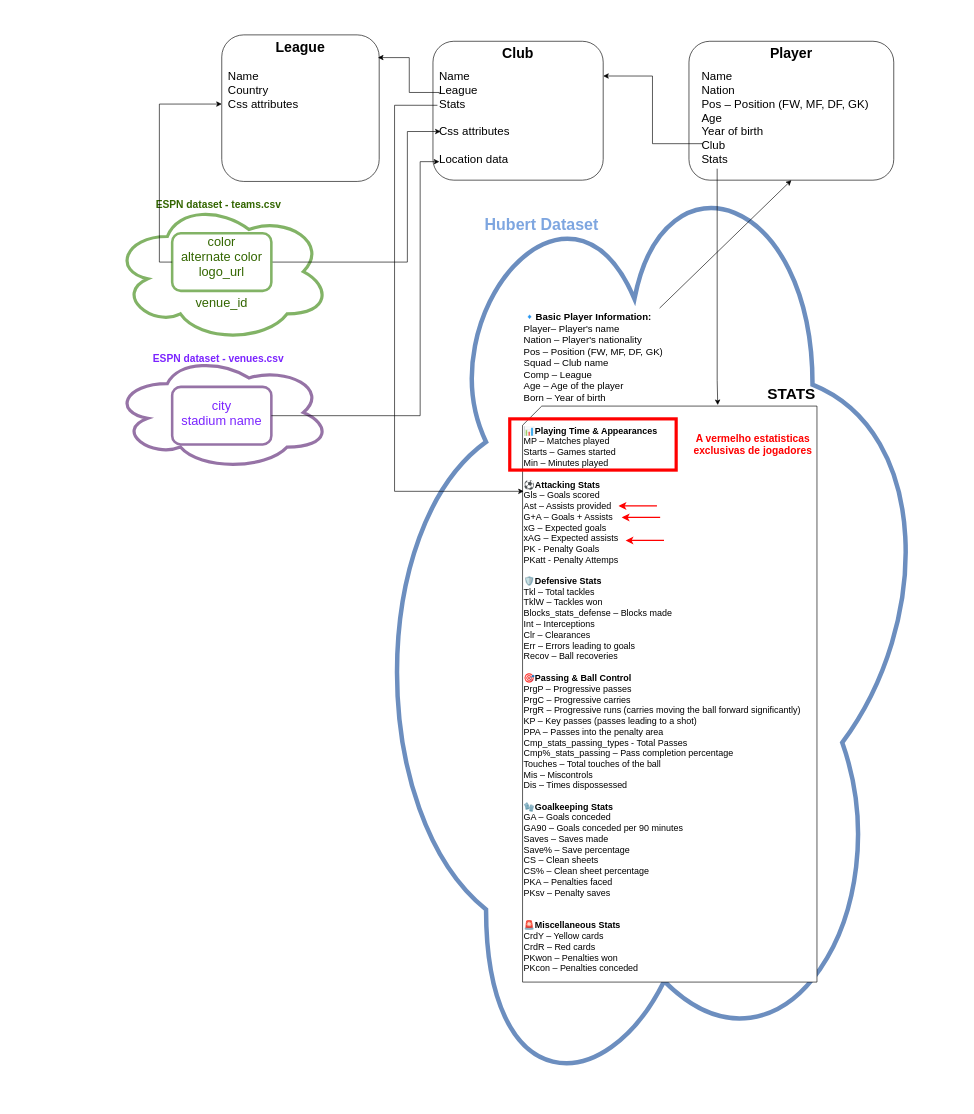
Above: docs/ws_model_schema.drawio in GuiAmorim03/WS-Project-2 (draw.io), before the change. Source tidied: cells renumbered, new cells numbered last; positions are measured from the earlier drawing's top-left corner, leaving out a move shared by most shapes. Both pictures are drawn from the tidied source at 64%, with x=0, y=0 at pixel (113, 35).
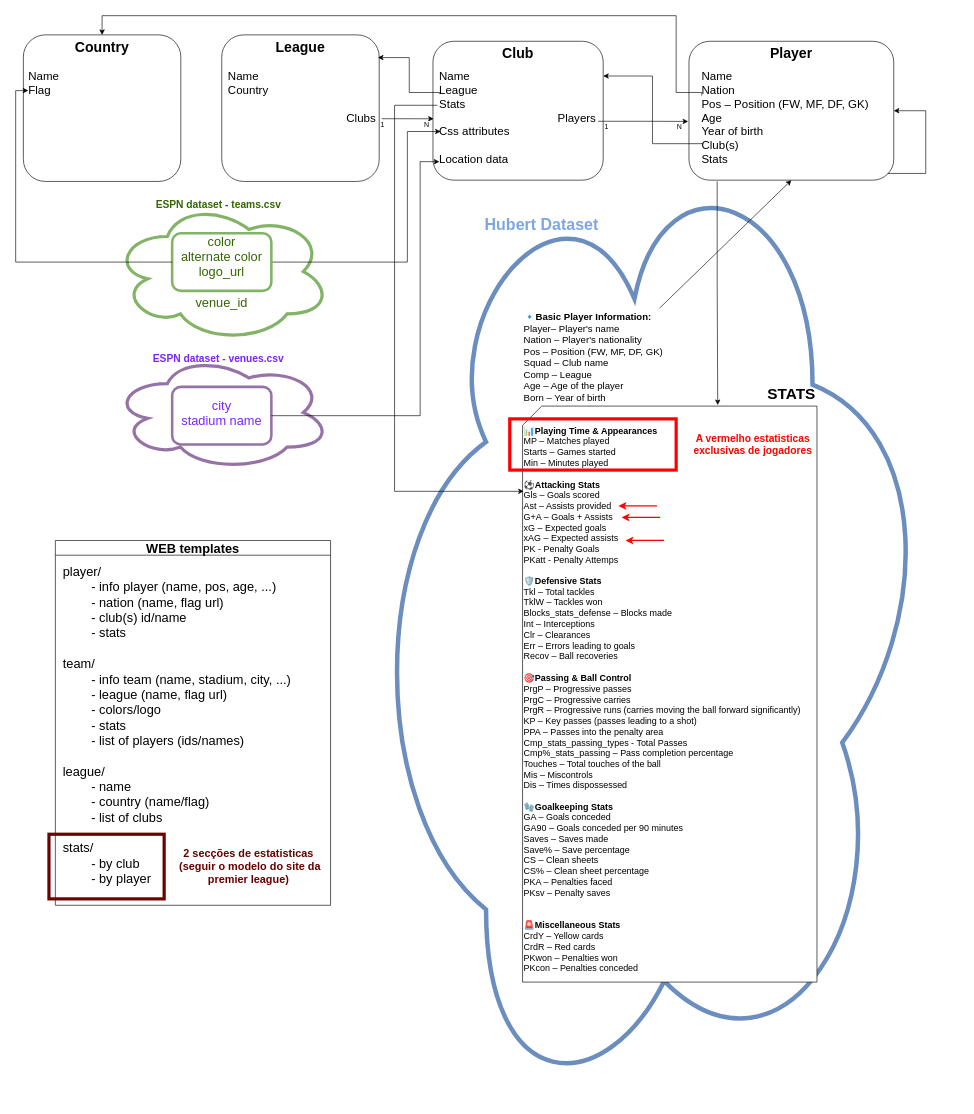
After the change.

Commit message (it also covers changes not shown here):
model schema update

Unchanged cells that the change refers to:
```xml
<mxCell id="3" value="Club" style="rounded=1;whiteSpace=wrap;html=1;fontSize=22;verticalAlign=top;fontStyle=1;" parent="1" vertex="1">
  <mxGeometry x="500" y="10" width="266" height="217" as="geometry" />
</mxCell>
<mxCell id="4" value="Player" style="rounded=1;whiteSpace=wrap;html=1;fontSize=22;verticalAlign=top;fontStyle=1;" parent="1" vertex="1">
  <mxGeometry x="900" y="10" width="320" height="217" as="geometry" />
</mxCell>
<mxCell id="7" value="&lt;h1 style=&quot;margin-top: 0px;&quot;&gt;&lt;span style=&quot;background-color: transparent; color: light-dark(rgb(0, 0, 0), rgb(255, 255, 255));&quot;&gt;STATS&lt;/span&gt;&lt;/h1&gt;" style="text;html=1;whiteSpace=wrap;overflow=hidden;rounded=0;align=right;" parent="1" vertex="1">
  <mxGeometry x="815" y="540" width="285" height="40" as="geometry" />
</mxCell>
<mxCell id="17" value="League" style="rounded=1;whiteSpace=wrap;html=1;fontSize=22;verticalAlign=top;fontStyle=1;" parent="1" vertex="1">
  <mxGeometry x="170" width="246" height="229" as="geometry" />
</mxCell>
<mxCell id="26" style="rounded=1;whiteSpace=wrap;html=1;fillColor=none;strokeColor=#82b366;strokeWidth=4;" parent="1" vertex="1">
  <mxGeometry x="92.5" y="310" width="155" height="90" as="geometry" />
</mxCell>
```

Diff of the diagram source:
```diff
@@
+    <mxCell id="32" value="Country" style="rounded=1;whiteSpace=wrap;html=1;fontSize=22;verticalAlign=top;fontStyle=1;" parent="1" vertex="1">
+      <mxGeometry x="-140" width="246" height="229" as="geometry" />
+    </mxCell>
@@
+    <mxCell id="33" style="edgeStyle=orthogonalEdgeStyle;rounded=0;jettySize=auto;html=1;exitX=0;exitY=0.25;exitDx=0;exitDy=0;entryX=0.5;entryY=0;entryDx=0;entryDy=0;" parent="1" edge="1" source="14" target="32">
+      <mxGeometry relative="1" as="geometry">
+        <Array as="points">
+          <mxPoint x="880" y="90" />
+          <mxPoint x="880" y="-30" />
+          <mxPoint x="-17" y="-30" />
+        </Array>
+      </mxGeometry>
+    </mxCell>
+    <mxCell id="34" style="edgeStyle=orthogonalEdgeStyle;rounded=0;jettySize=auto;html=1;exitX=1.002;exitY=0.925;exitDx=0;exitDy=0;entryX=1;entryY=0.5;entryDx=0;entryDy=0;exitPerimeter=0;" parent="1" edge="1" source="14" target="4">
+      <mxGeometry relative="1" as="geometry">
+        <Array as="points">
+          <mxPoint x="1270" y="216" />
+          <mxPoint x="1270" y="119" />
+        </Array>
+      </mxGeometry>
+    </mxCell>
-    <mxCell id="14" value="&lt;div style=&quot;forced-color-adjust: none;&quot;&gt;&lt;span style=&quot;background-color: transparent; color: light-dark(rgb(0, 0, 0), rgb(255, 255, 255));&quot;&gt;Name&lt;/span&gt;&lt;/div&gt;&lt;div style=&quot;forced-color-adjust: none;&quot;&gt;Nation&lt;/div&gt;&lt;div style=&quot;forced-color-adjust: none;&quot;&gt;Pos – Position (FW, MF, DF, GK)&lt;/div&gt;&lt;div style=&quot;forced-color-adjust: none;&quot;&gt;&lt;span style=&quot;background-color: transparent; color: light-dark(rgb(0, 0, 0), rgb(255, 255, 255));&quot;&gt;Age&lt;/span&gt;&lt;/div&gt;&lt;div style=&quot;forced-color-adjust: none;&quot;&gt;Year of birth&lt;/div&gt;&lt;div style=&quot;forced-color-adjust: none;&quot;&gt;&lt;div&gt;Club&lt;/div&gt;&lt;div&gt;Stats&lt;/div&gt;&lt;/div&gt;" style="text;whiteSpace=wrap;html=1;fontSize=18;spacing=0;spacingBottom=4;" parent="1" vertex="1">
-      <mxGeometry x="920" y="50" width="290" height="160" as="geometry" />
+    <mxCell id="14" value="&lt;div style=&quot;forced-color-adjust: none;&quot;&gt;&lt;span style=&quot;background-color: transparent; color: light-dark(rgb(0, 0, 0), rgb(255, 255, 255));&quot;&gt;Name&lt;/span&gt;&lt;/div&gt;&lt;div style=&quot;forced-color-adjust: none;&quot;&gt;Nation&lt;/div&gt;&lt;div style=&quot;forced-color-adjust: none;&quot;&gt;Pos – Position (FW, MF, DF, GK)&lt;/div&gt;&lt;div style=&quot;forced-color-adjust: none;&quot;&gt;&lt;span style=&quot;background-color: transparent; color: light-dark(rgb(0, 0, 0), rgb(255, 255, 255));&quot;&gt;Age&lt;/span&gt;&lt;/div&gt;&lt;div style=&quot;forced-color-adjust: none;&quot;&gt;Year of birth&lt;/div&gt;&lt;div style=&quot;forced-color-adjust: none;&quot;&gt;&lt;div&gt;Club(s)&lt;/div&gt;&lt;div&gt;Stats&lt;/div&gt;&lt;div style=&quot;text-align: right;&quot;&gt;&lt;br&gt;&lt;/div&gt;&lt;/div&gt;" style="text;whiteSpace=wrap;html=1;fontSize=18;spacing=0;spacingBottom=4;" parent="1" vertex="1">
+      <mxGeometry x="920" y="50" width="290" height="180" as="geometry" />
     </mxCell>
@@
-    <mxCell id="16" value="&lt;div style=&quot;forced-color-adjust: none;&quot;&gt;&lt;span style=&quot;background-color: transparent; color: light-dark(rgb(0, 0, 0), rgb(255, 255, 255));&quot;&gt;Name&lt;/span&gt;&lt;/div&gt;&lt;div style=&quot;forced-color-adjust: none;&quot;&gt;League&lt;/div&gt;&lt;div style=&quot;forced-color-adjust: none;&quot;&gt;Stats&lt;/div&gt;&lt;div style=&quot;forced-color-adjust: none;&quot;&gt;&lt;br&gt;Css attributes&lt;/div&gt;&lt;div style=&quot;forced-color-adjust: none;&quot;&gt;&lt;br&gt;&lt;/div&gt;&lt;div style=&quot;forced-color-adjust: none;&quot;&gt;Location data&lt;/div&gt;" style="text;whiteSpace=wrap;html=1;fontSize=18;spacing=0;spacingBottom=4;" parent="1" vertex="1">
+    <mxCell id="16" value="&lt;div style=&quot;forced-color-adjust: none;&quot;&gt;&lt;span style=&quot;background-color: transparent; color: light-dark(rgb(0, 0, 0), rgb(255, 255, 255));&quot;&gt;Name&lt;/span&gt;&lt;/div&gt;&lt;div style=&quot;forced-color-adjust: none;&quot;&gt;League&lt;/div&gt;&lt;div style=&quot;forced-color-adjust: none;&quot;&gt;Stats&lt;/div&gt;&lt;div style=&quot;forced-color-adjust: none;&quot;&gt;&lt;div style=&quot;text-align: right;&quot;&gt;&lt;span style=&quot;background-color: transparent; color: light-dark(rgb(0, 0, 0), rgb(255, 255, 255));&quot;&gt;&amp;nbsp; &amp;nbsp;&lt;span style=&quot;white-space: pre;&quot;&gt;&#9;&lt;/span&gt;&amp;nbsp; &amp;nbsp; &amp;nbsp; &amp;nbsp; &amp;nbsp; &amp;nbsp; &amp;nbsp; &amp;nbsp; &amp;nbsp; &amp;nbsp; &amp;nbsp; &amp;nbsp; &amp;nbsp; &amp;nbsp; &amp;nbsp;Players&lt;/span&gt;&lt;/div&gt;Css attributes&lt;/div&gt;&lt;div style=&quot;forced-color-adjust: none;&quot;&gt;&lt;br&gt;&lt;/div&gt;&lt;div style=&quot;forced-color-adjust: none;&quot;&gt;Location data&lt;/div&gt;" style="text;whiteSpace=wrap;html=1;fontSize=18;spacing=0;spacingBottom=4;" parent="1" vertex="1">
       <mxGeometry x="510" y="50" width="248" height="170" as="geometry" />
     </mxCell>
@@
-    <mxCell id="18" value="&lt;div style=&quot;forced-color-adjust: none;&quot;&gt;&lt;span style=&quot;background-color: transparent; color: light-dark(rgb(0, 0, 0), rgb(255, 255, 255));&quot;&gt;Name&lt;/span&gt;&lt;/div&gt;&lt;div style=&quot;forced-color-adjust: none;&quot;&gt;Country&lt;/div&gt;&lt;div style=&quot;forced-color-adjust: none;&quot;&gt;Css attributes&lt;/div&gt;" style="text;whiteSpace=wrap;html=1;fontSize=18;spacing=0;spacingBottom=4;" parent="1" vertex="1">
-      <mxGeometry x="180" y="50" width="248" height="179" as="geometry" />
+    <mxCell id="18" value="&lt;div style=&quot;forced-color-adjust: none;&quot;&gt;&lt;span style=&quot;background-color: transparent; color: light-dark(rgb(0, 0, 0), rgb(255, 255, 255));&quot;&gt;Name&lt;/span&gt;&lt;/div&gt;&lt;div style=&quot;forced-color-adjust: none;&quot;&gt;Country&lt;/div&gt;&lt;div style=&quot;forced-color-adjust: none;&quot;&gt;&lt;br&gt;&lt;/div&gt;&lt;div style=&quot;forced-color-adjust: none;&quot;&gt;&amp;nbsp; &amp;nbsp; &amp;nbsp; &amp;nbsp; &amp;nbsp; &amp;nbsp; &amp;nbsp; &amp;nbsp; &amp;nbsp; &amp;nbsp; &amp;nbsp; &amp;nbsp; &amp;nbsp; &amp;nbsp; &amp;nbsp; &amp;nbsp; &amp;nbsp; &amp;nbsp; &amp;nbsp;Clubs&lt;/div&gt;" style="text;whiteSpace=wrap;html=1;fontSize=18;spacing=0;spacingBottom=4;" parent="1" vertex="1">
+      <mxGeometry x="180" y="50" width="240" height="179" as="geometry" />
     </mxCell>
@@
     <mxCell id="21" style="edgeStyle=orthogonalEdgeStyle;rounded=0;jettySize=auto;html=1;entryX=0.456;entryY=0.96;entryDx=0;entryDy=0;exitX=0.083;exitY=0.994;exitDx=0;exitDy=0;exitPerimeter=0;entryPerimeter=0;" parent="1" edge="1" source="14" target="7">
       <mxGeometry relative="1" as="geometry">
         <Array as="points">
-          <mxPoint x="944" y="540" />
+          <mxPoint x="944" y="390" />
+          <mxPoint x="945" y="390" />
         </Array>
       </mxGeometry>
     </mxCell>
@@
-    <mxCell id="27" style="edgeStyle=orthogonalEdgeStyle;rounded=0;jettySize=auto;html=1;exitX=0;exitY=0.5;exitDx=0;exitDy=0;entryX=0;entryY=0.472;entryDx=0;entryDy=0;entryPerimeter=0;" parent="1" edge="1" source="26" target="17">
-      <mxGeometry relative="1" as="geometry" />
-    </mxCell>
@@
+    <mxCell id="35" value="&lt;div style=&quot;forced-color-adjust: none;&quot;&gt;&lt;span style=&quot;background-color: transparent; color: light-dark(rgb(0, 0, 0), rgb(255, 255, 255));&quot;&gt;Name&lt;/span&gt;&lt;/div&gt;&lt;div style=&quot;forced-color-adjust: none;&quot;&gt;Flag&lt;/div&gt;" style="text;whiteSpace=wrap;html=1;fontSize=18;spacing=0;spacingBottom=4;" parent="1" vertex="1">
+      <mxGeometry x="-132.4" y="50" width="248" height="179" as="geometry" />
+    </mxCell>
+    <mxCell id="36" style="edgeStyle=orthogonalEdgeStyle;rounded=0;jettySize=auto;html=1;entryX=0.001;entryY=0.207;entryDx=0;entryDy=0;entryPerimeter=0;" parent="1" edge="1" source="26" target="35">
+      <mxGeometry relative="1" as="geometry">
+        <Array as="points">
+          <mxPoint x="-152" y="355" />
+          <mxPoint x="-152" y="87" />
+        </Array>
+      </mxGeometry>
+    </mxCell>
+    <mxCell id="37" style="edgeStyle=orthogonalEdgeStyle;rounded=0;jettySize=auto;html=1;entryX=0.004;entryY=0.558;entryDx=0;entryDy=0;entryPerimeter=0;" parent="1" edge="1" source="18" target="3">
+      <mxGeometry relative="1" as="geometry">
+        <Array as="points">
+          <mxPoint x="440" y="131" />
+          <mxPoint x="440" y="131" />
+        </Array>
+      </mxGeometry>
+    </mxCell>
+    <mxCell id="38" value="1" style="edgeLabel;html=1;align=center;verticalAlign=middle;" parent="37" vertex="1">
+      <mxGeometry x="-0.73" y="-4" relative="1" as="geometry">
+        <mxPoint x="-11" y="5" as="offset" />
+      </mxGeometry>
+    </mxCell>
+    <mxCell id="39" value="N" style="edgeLabel;html=1;align=center;verticalAlign=middle;" parent="37" vertex="1">
+      <mxGeometry x="0.53" y="-2" relative="1" as="geometry">
+        <mxPoint x="8" y="7" as="offset" />
+      </mxGeometry>
+    </mxCell>
+    <mxCell id="40" style="edgeStyle=orthogonalEdgeStyle;rounded=0;jettySize=auto;html=1;entryX=-0.004;entryY=0.577;entryDx=0;entryDy=0;entryPerimeter=0;" parent="1" edge="1" source="16" target="4">
+      <mxGeometry relative="1" as="geometry" />
+    </mxCell>
+    <mxCell id="41" value="1" style="edgeLabel;html=1;align=center;verticalAlign=middle;" parent="40" vertex="1">
+      <mxGeometry x="-0.83" y="1" relative="1" as="geometry">
+        <mxPoint y="9" as="offset" />
+      </mxGeometry>
+    </mxCell>
+    <mxCell id="42" value="N" style="edgeLabel;html=1;align=center;verticalAlign=middle;" parent="40" vertex="1">
+      <mxGeometry x="0.81" relative="1" as="geometry">
+        <mxPoint x="-1" y="7" as="offset" />
+      </mxGeometry>
+    </mxCell>
+    <mxCell id="43" value="WEB templates" style="swimlane;whiteSpace=wrap;html=1;fontSize=20;fontStyle=1;" parent="1" vertex="1">
+      <mxGeometry x="-90" y="790" width="430" height="570" as="geometry" />
+    </mxCell>
+    <mxCell id="44" value="&lt;div&gt;player/&lt;div&gt;&lt;span style=&quot;white-space: pre;&quot;&gt;&#9;&lt;/span&gt;- info player (name, pos, age, ...)&lt;br&gt;&lt;/div&gt;&lt;div&gt;&lt;span style=&quot;white-space: pre;&quot;&gt;&#9;&lt;/span&gt;- nation (name, flag url)&lt;/div&gt;&lt;div&gt;&lt;span style=&quot;white-space: pre;&quot;&gt;&#9;&lt;/span&gt;- club(s) id/name&lt;/div&gt;&lt;div&gt;&lt;span style=&quot;white-space: pre;&quot;&gt;&#9;&lt;/span&gt;- stats&amp;nbsp;&lt;br&gt;&lt;br&gt;&lt;/div&gt;&lt;/div&gt;&lt;div&gt;&lt;div&gt;team/&lt;div&gt;&lt;span style=&quot;white-space: pre;&quot;&gt;&#9;&lt;/span&gt;- info team (name, stadium, city, ...)&lt;br&gt;&lt;/div&gt;&lt;div&gt;&lt;span style=&quot;white-space: pre;&quot;&gt;&#9;&lt;/span&gt;- league (name, flag url)&lt;/div&gt;&lt;div&gt;&lt;span style=&quot;white-space: pre;&quot;&gt;&#9;&lt;/span&gt;- colors/logo&lt;/div&gt;&lt;div&gt;&lt;span style=&quot;white-space: pre;&quot;&gt;&#9;&lt;/span&gt;- stats&amp;nbsp;&lt;/div&gt;&lt;/div&gt;&lt;div&gt;&lt;span style=&quot;white-space: pre;&quot;&gt;&#9;&lt;/span&gt;- list of players (ids/names)&lt;/div&gt;&lt;div&gt;&lt;br&gt;&lt;/div&gt;&lt;/div&gt;&lt;div&gt;&lt;div&gt;league/&lt;div&gt;&lt;span style=&quot;white-space: pre;&quot;&gt;&#9;&lt;/span&gt;- name&lt;br&gt;&lt;/div&gt;&lt;div&gt;&lt;span style=&quot;white-space: pre;&quot;&gt;&#9;&lt;/span&gt;- country (name/flag)&lt;/div&gt;&lt;div&gt;&lt;span style=&quot;white-space: pre;&quot;&gt;&#9;&lt;/span&gt;- list of clubs&lt;/div&gt;&lt;/div&gt;&lt;div&gt;&lt;br&gt;&lt;/div&gt;&lt;/div&gt;&lt;div&gt;stats/&lt;/div&gt;&lt;div&gt;&lt;span style=&quot;white-space: pre;&quot;&gt;&#9;&lt;/span&gt;- by club&lt;br&gt;&lt;/div&gt;&lt;div&gt;&lt;span style=&quot;white-space: pre;&quot;&gt;&#9;&lt;/span&gt;- by player&lt;br&gt;&lt;/div&gt;" style="text;html=1;align=left;verticalAlign=top;whiteSpace=wrap;rounded=0;fontSize=20;" parent="1" vertex="1">
+      <mxGeometry x="-80" y="820" width="410" height="540" as="geometry" />
+    </mxCell>
+    <mxCell id="45" style="rounded=0;whiteSpace=wrap;html=1;fillColor=none;strokeColor=#6F0000;fontColor=#ffffff;strokeWidth=5;" parent="1" vertex="1">
+      <mxGeometry x="-100" y="1249" width="180" height="101" as="geometry" />
+    </mxCell>
+    <mxCell id="46" value="2 secções de estatisticas&lt;div&gt;&amp;nbsp;(seguir o modelo do site da premier league)&lt;/div&gt;" style="text;html=1;align=center;verticalAlign=middle;whiteSpace=wrap;rounded=0;fontColor=#660000;fontStyle=1;fontSize=17;" parent="1" vertex="1">
+      <mxGeometry x="92.5" y="1260" width="237.5" height="80" as="geometry" />
+    </mxCell>
```
